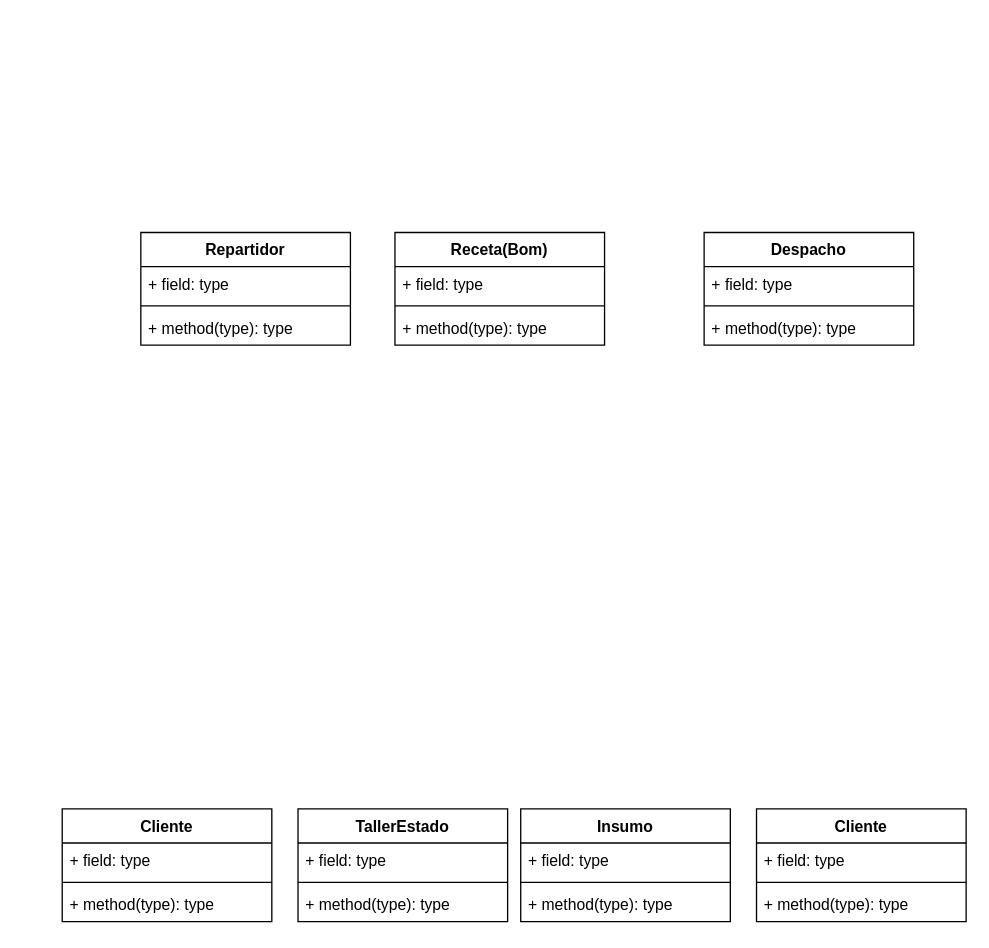
This is Diagrama sin título.drawio from jorgeortizcastillo2020-hue/MSI_JJ_PARADIGMA4-1_IEC_N2_C1, a draw.io file, before an edit. Source tidied: cells renumbered, new cells numbered last; positions are measured from the earlier drawing's top-left corner, leaving out a move shared by most shapes. Both pictures are drawn from the tidied source at 131%, with x=0, y=0 at pixel (62, 232).
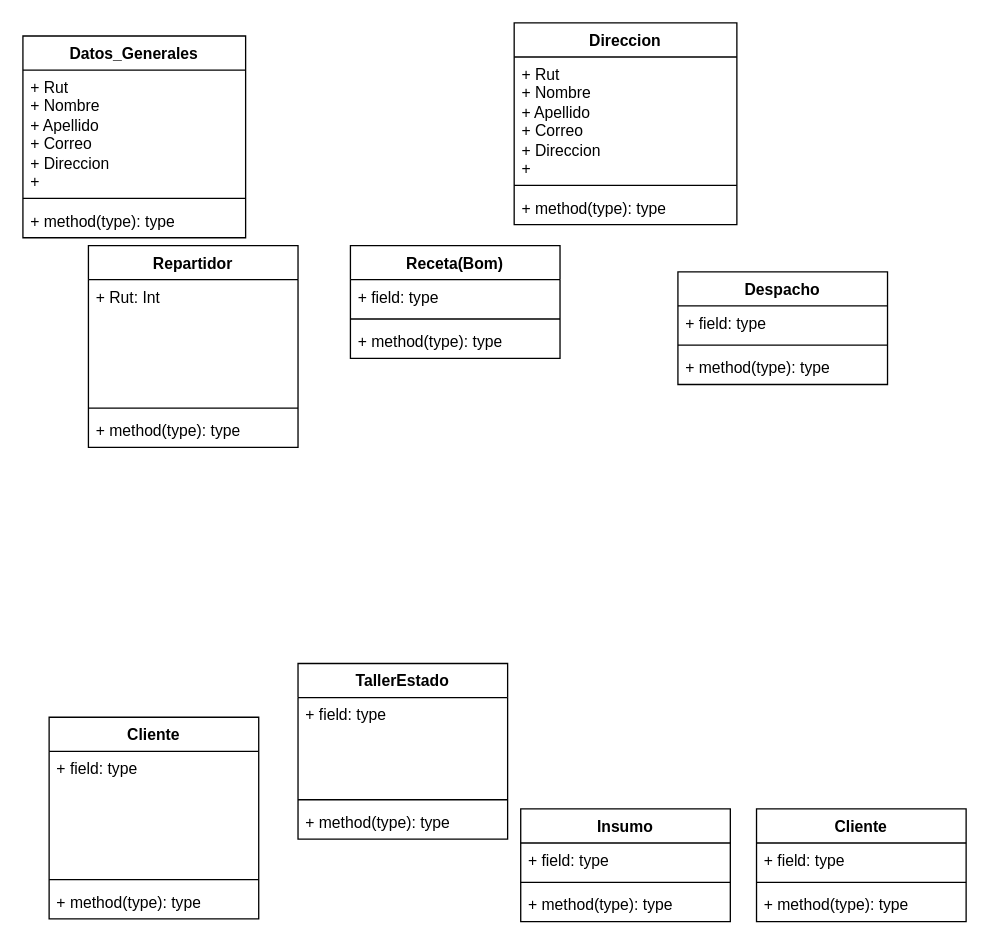
The same diagram, later.

What changed in the source:
```diff
@@
     <mxCell id="2" value="TallerEstado" style="swimlane;fontStyle=1;align=center;verticalAlign=top;horizontal=1;startSize=26;whiteSpace=wrap;html=1;" parent="1" vertex="1">
-      <mxGeometry x="180" y="440" width="160" height="86" as="geometry" />
+      <mxGeometry x="180" y="329" width="160" height="134" as="geometry" />
     </mxCell>
     <mxCell id="3" value="+ field: type" style="text;strokeColor=none;fillColor=none;align=left;verticalAlign=top;spacingLeft=4;spacingRight=4;overflow=hidden;whiteSpace=wrap;html=1;" parent="2" vertex="1">
-      <mxGeometry y="26" width="160" height="26" as="geometry" />
+      <mxGeometry y="26" width="160" height="74" as="geometry" />
     </mxCell>
     <mxCell id="4" style="line;strokeWidth=1;fillColor=none;align=left;verticalAlign=middle;spacingTop=-1;spacingLeft=3;spacingRight=3;labelPosition=right;strokeColor=inherit;labelPerimeter=1;" parent="2" vertex="1">
-      <mxGeometry y="52" width="160" height="8" as="geometry" />
+      <mxGeometry y="100" width="160" height="8" as="geometry" />
     </mxCell>
     <mxCell id="5" value="+ method(type): type" style="text;strokeColor=none;fillColor=none;align=left;verticalAlign=top;spacingLeft=4;spacingRight=4;overflow=hidden;whiteSpace=wrap;html=1;" parent="2" vertex="1">
-      <mxGeometry y="60" width="160" height="26" as="geometry" />
+      <mxGeometry y="108" width="160" height="26" as="geometry" />
     </mxCell>
@@
     <mxCell id="10" value="Receta(Bom)" style="swimlane;fontStyle=1;align=center;verticalAlign=top;horizontal=1;startSize=26;whiteSpace=wrap;html=1;" parent="1" vertex="1">
-      <mxGeometry x="254" width="160" height="86" as="geometry" />
+      <mxGeometry x="220" y="10" width="160" height="86" as="geometry" />
     </mxCell>
@@
     <mxCell id="14" value="Cliente" style="swimlane;fontStyle=1;align=center;verticalAlign=top;horizontal=1;startSize=26;whiteSpace=wrap;html=1;" parent="1" vertex="1">
-      <mxGeometry y="440" width="160" height="86" as="geometry" />
+      <mxGeometry x="-10" y="370" width="160" height="154" as="geometry" />
     </mxCell>
     <mxCell id="15" value="+ field: type" style="text;strokeColor=none;fillColor=none;align=left;verticalAlign=top;spacingLeft=4;spacingRight=4;overflow=hidden;whiteSpace=wrap;html=1;" parent="14" vertex="1">
-      <mxGeometry y="26" width="160" height="26" as="geometry" />
+      <mxGeometry y="26" width="160" height="94" as="geometry" />
     </mxCell>
     <mxCell id="16" style="line;strokeWidth=1;fillColor=none;align=left;verticalAlign=middle;spacingTop=-1;spacingLeft=3;spacingRight=3;labelPosition=right;strokeColor=inherit;labelPerimeter=1;" parent="14" vertex="1">
-      <mxGeometry y="52" width="160" height="8" as="geometry" />
+      <mxGeometry y="120" width="160" height="8" as="geometry" />
     </mxCell>
     <mxCell id="17" value="+ method(type): type" style="text;strokeColor=none;fillColor=none;align=left;verticalAlign=top;spacingLeft=4;spacingRight=4;overflow=hidden;whiteSpace=wrap;html=1;" parent="14" vertex="1">
-      <mxGeometry y="60" width="160" height="26" as="geometry" />
+      <mxGeometry y="128" width="160" height="26" as="geometry" />
     </mxCell>
     <mxCell id="18" value="Despacho" style="swimlane;fontStyle=1;align=center;verticalAlign=top;horizontal=1;startSize=26;whiteSpace=wrap;html=1;" parent="1" vertex="1">
-      <mxGeometry x="490" width="160" height="86" as="geometry" />
+      <mxGeometry x="470" y="30" width="160" height="86" as="geometry" />
     </mxCell>
@@
     <mxCell id="26" value="Repartidor" style="swimlane;fontStyle=1;align=center;verticalAlign=top;horizontal=1;startSize=26;whiteSpace=wrap;html=1;" parent="1" vertex="1">
-      <mxGeometry x="60" width="160" height="86" as="geometry" />
+      <mxGeometry x="20" y="10" width="160" height="154" as="geometry" />
     </mxCell>
-    <mxCell id="27" value="+ field: type" style="text;strokeColor=none;fillColor=none;align=left;verticalAlign=top;spacingLeft=4;spacingRight=4;overflow=hidden;whiteSpace=wrap;html=1;" parent="26" vertex="1">
-      <mxGeometry y="26" width="160" height="26" as="geometry" />
+    <mxCell id="27" value="+ Rut: Int" style="text;strokeColor=none;fillColor=none;align=left;verticalAlign=top;spacingLeft=4;spacingRight=4;overflow=hidden;whiteSpace=wrap;html=1;" parent="26" vertex="1">
+      <mxGeometry y="26" width="160" height="94" as="geometry" />
     </mxCell>
     <mxCell id="28" style="line;strokeWidth=1;fillColor=none;align=left;verticalAlign=middle;spacingTop=-1;spacingLeft=3;spacingRight=3;labelPosition=right;strokeColor=inherit;labelPerimeter=1;" parent="26" vertex="1">
-      <mxGeometry y="52" width="160" height="8" as="geometry" />
+      <mxGeometry y="120" width="160" height="8" as="geometry" />
     </mxCell>
     <mxCell id="29" value="+ method(type): type" style="text;strokeColor=none;fillColor=none;align=left;verticalAlign=top;spacingLeft=4;spacingRight=4;overflow=hidden;whiteSpace=wrap;html=1;" parent="26" vertex="1">
-      <mxGeometry y="60" width="160" height="26" as="geometry" />
+      <mxGeometry y="128" width="160" height="26" as="geometry" />
     </mxCell>
+    <mxCell id="30" value="Datos_Generales" style="swimlane;fontStyle=1;align=center;verticalAlign=top;horizontal=1;startSize=26;whiteSpace=wrap;html=1;" parent="1" vertex="1">
+      <mxGeometry x="-30" y="-150" width="170" height="154" as="geometry" />
+    </mxCell>
+    <mxCell id="31" value="+ Rut&lt;div&gt;+ Nombre&lt;/div&gt;&lt;div&gt;+ Apellido&lt;/div&gt;&lt;div&gt;+ Correo&lt;/div&gt;&lt;div&gt;+ Direccion&lt;/div&gt;&lt;div&gt;+&amp;nbsp;&lt;/div&gt;" style="text;strokeColor=none;fillColor=none;align=left;verticalAlign=top;spacingLeft=4;spacingRight=4;overflow=hidden;whiteSpace=wrap;html=1;" parent="30" vertex="1">
+      <mxGeometry y="26" width="170" height="94" as="geometry" />
+    </mxCell>
+    <mxCell id="32" style="line;strokeWidth=1;fillColor=none;align=left;verticalAlign=middle;spacingTop=-1;spacingLeft=3;spacingRight=3;labelPosition=right;strokeColor=inherit;labelPerimeter=1;" parent="30" vertex="1">
+      <mxGeometry y="120" width="170" height="8" as="geometry" />
+    </mxCell>
+    <mxCell id="33" value="+ method(type): type" style="text;strokeColor=none;fillColor=none;align=left;verticalAlign=top;spacingLeft=4;spacingRight=4;overflow=hidden;whiteSpace=wrap;html=1;" parent="30" vertex="1">
+      <mxGeometry y="128" width="170" height="26" as="geometry" />
+    </mxCell>
+    <mxCell id="34" value="Direccion" style="swimlane;fontStyle=1;align=center;verticalAlign=top;horizontal=1;startSize=26;whiteSpace=wrap;html=1;" parent="1" vertex="1">
+      <mxGeometry x="345" y="-160" width="170" height="154" as="geometry" />
+    </mxCell>
+    <mxCell id="35" value="+ Rut&lt;div&gt;+ Nombre&lt;/div&gt;&lt;div&gt;+ Apellido&lt;/div&gt;&lt;div&gt;+ Correo&lt;/div&gt;&lt;div&gt;+ Direccion&lt;/div&gt;&lt;div&gt;+&amp;nbsp;&lt;/div&gt;" style="text;strokeColor=none;fillColor=none;align=left;verticalAlign=top;spacingLeft=4;spacingRight=4;overflow=hidden;whiteSpace=wrap;html=1;" parent="34" vertex="1">
+      <mxGeometry y="26" width="170" height="94" as="geometry" />
+    </mxCell>
+    <mxCell id="36" style="line;strokeWidth=1;fillColor=none;align=left;verticalAlign=middle;spacingTop=-1;spacingLeft=3;spacingRight=3;labelPosition=right;strokeColor=inherit;labelPerimeter=1;" parent="34" vertex="1">
+      <mxGeometry y="120" width="170" height="8" as="geometry" />
+    </mxCell>
+    <mxCell id="37" value="+ method(type): type" style="text;strokeColor=none;fillColor=none;align=left;verticalAlign=top;spacingLeft=4;spacingRight=4;overflow=hidden;whiteSpace=wrap;html=1;" parent="34" vertex="1">
+      <mxGeometry y="128" width="170" height="26" as="geometry" />
+    </mxCell>
```
